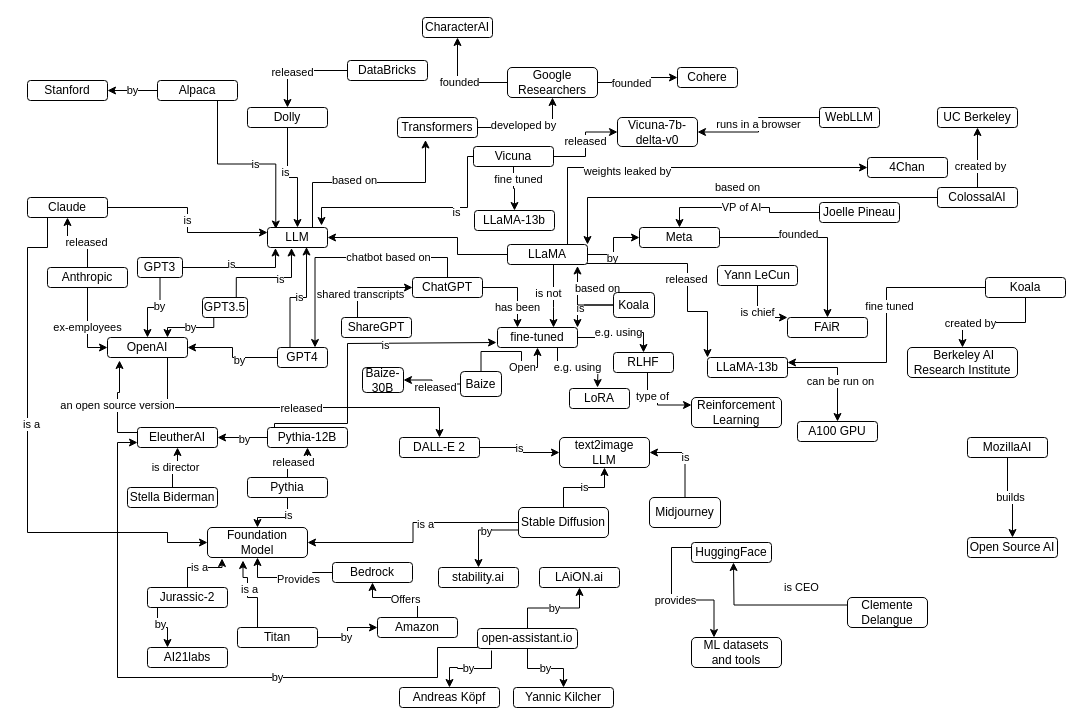
The draw.io diagram generativeAI.drawio in juananpe/generativeAI, before the edit. Source tidied: cells renumbered, new cells numbered last; positions are measured from the earlier drawing's top-left corner, leaving out a move shared by most shapes. Both pictures are drawn from the tidied source at 100%, with x=0, y=0 at pixel (27, 17).
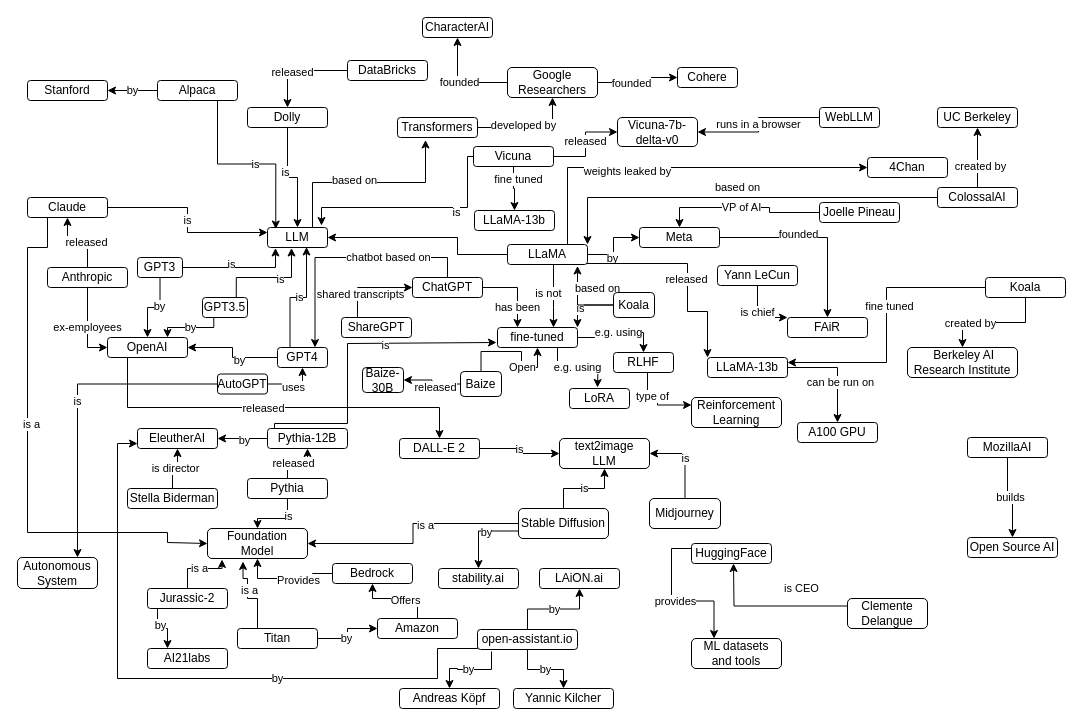
After the change.

Commit message:
Add AutoGPT (by @tendo)

The change refers to these unchanged cells:
```xml
<mxCell id="19" value="OpenAI" style="rounded=1;whiteSpace=wrap;html=1;" parent="1" vertex="1">
  <mxGeometry x="80" y="320" width="80" height="20" as="geometry" />
</mxCell>
<mxCell id="36" value="GPT4" style="rounded=1;whiteSpace=wrap;html=1;" parent="1" vertex="1">
  <mxGeometry x="250" y="330" width="50" height="20" as="geometry" />
</mxCell>
```

Change to the diagram source:
```diff
@@
     <mxCell id="17" style="edgeStyle=orthogonalEdgeStyle;rounded=0;jettySize=auto;html=1;exitX=0.75;exitY=1;exitDx=0;exitDy=0;" parent="1" edge="1" source="19" target="22">
       <mxGeometry relative="1" as="geometry">
         <Array as="points">
-          <mxPoint x="140" y="390" />
+          <mxPoint x="100" y="340" />
+          <mxPoint x="100" y="390" />
           <mxPoint x="412" y="390" />
         </Array>
       </mxGeometry>
     </mxCell>
@@
     <mxCell id="22" value="DALL-E 2" style="rounded=1;whiteSpace=wrap;html=1;" parent="1" vertex="1">
-      <mxGeometry x="372" y="420" width="80" height="20" as="geometry" />
+      <mxGeometry x="372" y="421" width="80" height="20" as="geometry" />
     </mxCell>
-    <mxCell id="23" value="an open source version" style="edgeStyle=orthogonalEdgeStyle;rounded=0;jettySize=auto;html=1;exitX=0;exitY=0.25;exitDx=0;exitDy=0;entryX=0.15;entryY=1.15;entryDx=0;entryDy=0;entryPerimeter=0;" parent="1" edge="1" source="24" target="19">
-      <mxGeometry relative="1" as="geometry" />
-    </mxCell>
     <mxCell id="24" value="EleutherAI" style="rounded=1;whiteSpace=wrap;html=1;" parent="1" vertex="1">
-      <mxGeometry x="110" y="410" width="80" height="20" as="geometry" />
+      <mxGeometry x="110" y="411" width="80" height="20" as="geometry" />
     </mxCell>
@@
     <mxCell id="26" value="Stella Biderman" style="rounded=1;whiteSpace=wrap;html=1;" parent="1" vertex="1">
-      <mxGeometry x="100" y="470" width="90" height="20" as="geometry" />
+      <mxGeometry x="100" y="471" width="90" height="20" as="geometry" />
     </mxCell>
@@
     <mxCell id="72" value="A100 GPU" style="rounded=1;whiteSpace=wrap;html=1;" parent="1" vertex="1">
-      <mxGeometry x="770" y="404" width="80" height="20" as="geometry" />
+      <mxGeometry x="770" y="405" width="80" height="20" as="geometry" />
     </mxCell>
@@
     <mxCell id="74" value="text2image&lt;br&gt;LLM" style="rounded=1;whiteSpace=wrap;html=1;" parent="1" vertex="1">
-      <mxGeometry x="532" y="420" width="90" height="30" as="geometry" />
+      <mxGeometry x="532" y="421" width="90" height="30" as="geometry" />
     </mxCell>
@@
     <mxCell id="77" value="Stable Diffusion" style="rounded=1;whiteSpace=wrap;html=1;" parent="1" vertex="1">
-      <mxGeometry x="491" y="490" width="90" height="30" as="geometry" />
+      <mxGeometry x="491" y="491" width="90" height="30" as="geometry" />
     </mxCell>
@@
     <mxCell id="93" value="HuggingFace" style="rounded=1;whiteSpace=wrap;html=1;" parent="1" vertex="1">
-      <mxGeometry x="664" y="525" width="80" height="20" as="geometry" />
+      <mxGeometry x="664" y="526" width="80" height="20" as="geometry" />
     </mxCell>
     <mxCell id="94" style="edgeStyle=orthogonalEdgeStyle;rounded=0;jettySize=auto;html=1;entryX=0.25;entryY=1;entryDx=0;entryDy=0;exitX=0;exitY=0.25;exitDx=0;exitDy=0;" parent="1" edge="1" source="96">
       <mxGeometry relative="1" as="geometry">
-        <mxPoint x="706" y="545" as="targetPoint" />
+        <mxPoint x="706" y="546" as="targetPoint" />
       </mxGeometry>
     </mxCell>
@@
     <mxCell id="96" value="Clemente&lt;br&gt;Delangue" style="rounded=1;whiteSpace=wrap;html=1;" parent="1" vertex="1">
-      <mxGeometry x="820" y="580" width="80" height="30" as="geometry" />
+      <mxGeometry x="820" y="581" width="80" height="30" as="geometry" />
     </mxCell>
@@
     <mxCell id="98" value="LAiON.ai" style="rounded=1;whiteSpace=wrap;html=1;" parent="1" vertex="1">
-      <mxGeometry x="512" y="550" width="80" height="20" as="geometry" />
+      <mxGeometry x="512" y="551" width="80" height="20" as="geometry" />
     </mxCell>
@@
     <mxCell id="101" value="ML datasets and tools" style="rounded=1;whiteSpace=wrap;html=1;" parent="1" vertex="1">
-      <mxGeometry x="664" y="620" width="90" height="30" as="geometry" />
+      <mxGeometry x="664" y="621" width="90" height="30" as="geometry" />
     </mxCell>
@@
     <mxCell id="112" value="Midjourney" style="rounded=1;whiteSpace=wrap;html=1;" parent="1" vertex="1">
-      <mxGeometry x="622" y="480" width="71" height="30" as="geometry" />
+      <mxGeometry x="622" y="481" width="71" height="30" as="geometry" />
     </mxCell>
@@
     <mxCell id="128" value="Amazon" style="rounded=1;whiteSpace=wrap;html=1;" parent="1" vertex="1">
-      <mxGeometry x="350" y="600" width="80" height="20" as="geometry" />
+      <mxGeometry x="350" y="601" width="80" height="20" as="geometry" />
     </mxCell>
@@
     <mxCell id="131" value="Bedrock" style="rounded=1;whiteSpace=wrap;html=1;" parent="1" vertex="1">
-      <mxGeometry x="305" y="545" width="80" height="20" as="geometry" />
+      <mxGeometry x="305" y="546" width="80" height="20" as="geometry" />
     </mxCell>
@@
     <mxCell id="133" value="Foundation&lt;br&gt;Model" style="rounded=1;whiteSpace=wrap;html=1;" parent="1" vertex="1">
-      <mxGeometry x="180" y="510" width="100" height="30" as="geometry" />
+      <mxGeometry x="180" y="511" width="100" height="30" as="geometry" />
     </mxCell>
     <mxCell id="134" value="Jurassic-2" style="rounded=1;whiteSpace=wrap;html=1;" parent="1" vertex="1">
-      <mxGeometry x="120" y="570" width="80" height="20" as="geometry" />
+      <mxGeometry x="120" y="571" width="80" height="20" as="geometry" />
     </mxCell>
     <mxCell id="135" style="edgeStyle=orthogonalEdgeStyle;rounded=0;jettySize=auto;html=1;exitX=0.25;exitY=1;exitDx=0;exitDy=0;" parent="1" edge="1" source="134" target="137">
       <mxGeometry relative="1" as="geometry">
         <Array as="points">
-          <mxPoint x="130" y="610" />
-          <mxPoint x="140" y="610" />
+          <mxPoint x="130" y="611" />
+          <mxPoint x="140" y="611" />
         </Array>
       </mxGeometry>
     </mxCell>
@@
     <mxCell id="137" value="AI21labs" style="rounded=1;whiteSpace=wrap;html=1;" parent="1" vertex="1">
-      <mxGeometry x="120" y="630" width="80" height="20" as="geometry" />
+      <mxGeometry x="120" y="631" width="80" height="20" as="geometry" />
     </mxCell>
@@
     <mxCell id="140" value="stability.ai" style="rounded=1;whiteSpace=wrap;html=1;" parent="1" vertex="1">
-      <mxGeometry x="411" y="550" width="80" height="20" as="geometry" />
+      <mxGeometry x="411" y="551" width="80" height="20" as="geometry" />
     </mxCell>
     <mxCell id="141" style="edgeStyle=orthogonalEdgeStyle;rounded=0;jettySize=auto;html=1;exitX=0.25;exitY=0;exitDx=0;exitDy=0;entryX=0.355;entryY=1.1;entryDx=0;entryDy=0;entryPerimeter=0;" parent="1" edge="1" source="145" target="133">
       <mxGeometry relative="1" as="geometry">
         <Array as="points">
-          <mxPoint x="220" y="580" />
-          <mxPoint x="220" y="560" />
-          <mxPoint x="216" y="560" />
+          <mxPoint x="220" y="581" />
+          <mxPoint x="220" y="561" />
+          <mxPoint x="216" y="561" />
         </Array>
       </mxGeometry>
     </mxCell>
@@
     <mxCell id="145" value="Titan" style="rounded=1;whiteSpace=wrap;html=1;" parent="1" vertex="1">
-      <mxGeometry x="210" y="610" width="80" height="20" as="geometry" />
+      <mxGeometry x="210" y="611" width="80" height="20" as="geometry" />
     </mxCell>
@@
     <mxCell id="155" value="by" style="edgeStyle=orthogonalEdgeStyle;rounded=0;jettySize=auto;html=1;entryX=0;entryY=0.75;entryDx=0;entryDy=0;exitX=0;exitY=0.5;exitDx=0;exitDy=0;" parent="1" edge="1" source="156" target="24">
       <mxGeometry x="-0.27" relative="1" as="geometry">
         <Array as="points">
-          <mxPoint x="450" y="630" />
-          <mxPoint x="410" y="630" />
-          <mxPoint x="410" y="660" />
-          <mxPoint x="90" y="660" />
-          <mxPoint x="90" y="425" />
+          <mxPoint x="450" y="631" />
+          <mxPoint x="410" y="631" />
+          <mxPoint x="410" y="661" />
+          <mxPoint x="90" y="661" />
+          <mxPoint x="90" y="426" />
         </Array>
       </mxGeometry>
     </mxCell>
     <mxCell id="156" value="open-assistant.io" style="rounded=1;whiteSpace=wrap;html=1;" parent="1" vertex="1">
-      <mxGeometry x="450" y="611" width="100" height="20" as="geometry" />
+      <mxGeometry x="450" y="612" width="100" height="20" as="geometry" />
     </mxCell>
     <mxCell id="157" value="Andreas Köpf" style="rounded=1;whiteSpace=wrap;html=1;" parent="1" vertex="1">
-      <mxGeometry x="372" y="670" width="100" height="20" as="geometry" />
+      <mxGeometry x="372" y="671" width="100" height="20" as="geometry" />
     </mxCell>
     <mxCell id="158" value="Yannic Kilcher" style="rounded=1;whiteSpace=wrap;html=1;" parent="1" vertex="1">
-      <mxGeometry x="486" y="670" width="100" height="20" as="geometry" />
+      <mxGeometry x="486" y="671" width="100" height="20" as="geometry" />
     </mxCell>
@@
     <mxCell id="163" value="Pythia-12B" style="rounded=1;whiteSpace=wrap;html=1;" parent="1" vertex="1">
-      <mxGeometry x="240" y="410" width="80" height="20" as="geometry" />
+      <mxGeometry x="240" y="411" width="80" height="20" as="geometry" />
     </mxCell>
@@
     <mxCell id="174" value="Pythia" style="rounded=1;whiteSpace=wrap;html=1;" parent="1" vertex="1">
-      <mxGeometry x="220" y="460" width="80" height="20" as="geometry" />
+      <mxGeometry x="220" y="461" width="80" height="20" as="geometry" />
     </mxCell>
@@
+    <mxCell id="179" value="uses" style="edgeStyle=orthogonalEdgeStyle;rounded=0;jettySize=auto;html=1;entryX=0.5;entryY=1;entryDx=0;entryDy=0;" parent="1" edge="1" source="180" target="36">
+      <mxGeometry relative="1" as="geometry" />
+    </mxCell>
+    <mxCell id="180" value="AutoGPT" style="rounded=1;whiteSpace=wrap;html=1;" parent="1" vertex="1">
+      <mxGeometry x="190" y="356.5" width="50" height="20" as="geometry" />
+    </mxCell>
+    <mxCell id="181" value="is" style="edgeStyle=orthogonalEdgeStyle;rounded=0;jettySize=auto;html=1;exitX=0;exitY=0.5;exitDx=0;exitDy=0;" parent="1" edge="1" source="180" target="182">
+      <mxGeometry relative="1" as="geometry">
+        <Array as="points">
+          <mxPoint x="50" y="367" />
+        </Array>
+      </mxGeometry>
+    </mxCell>
+    <mxCell id="182" value="Autonomous&lt;br&gt;System" style="rounded=1;whiteSpace=wrap;html=1;" parent="1" vertex="1">
+      <mxGeometry x="-10" y="540" width="80" height="31" as="geometry" />
+    </mxCell>
```
